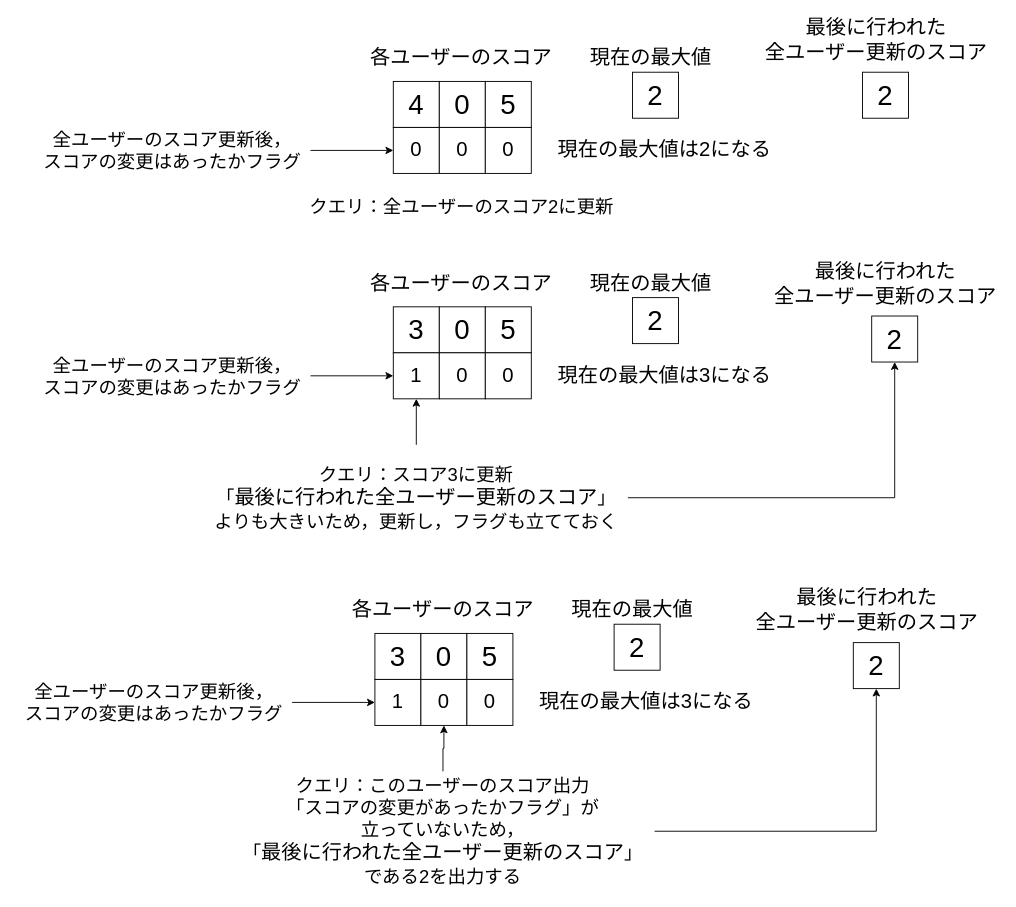
Earlier version of the draw.io diagram docs/post/kyopro/img/JBC001/J2.drawio (Shibaken28/my-blog). Source tidied: cells renumbered, new cells numbered last; positions are measured from the earlier drawing's top-left corner, leaving out a move shared by most shapes. Both pictures are drawn from the tidied source at 92%, with x=0, y=0 at pixel (16, 26).
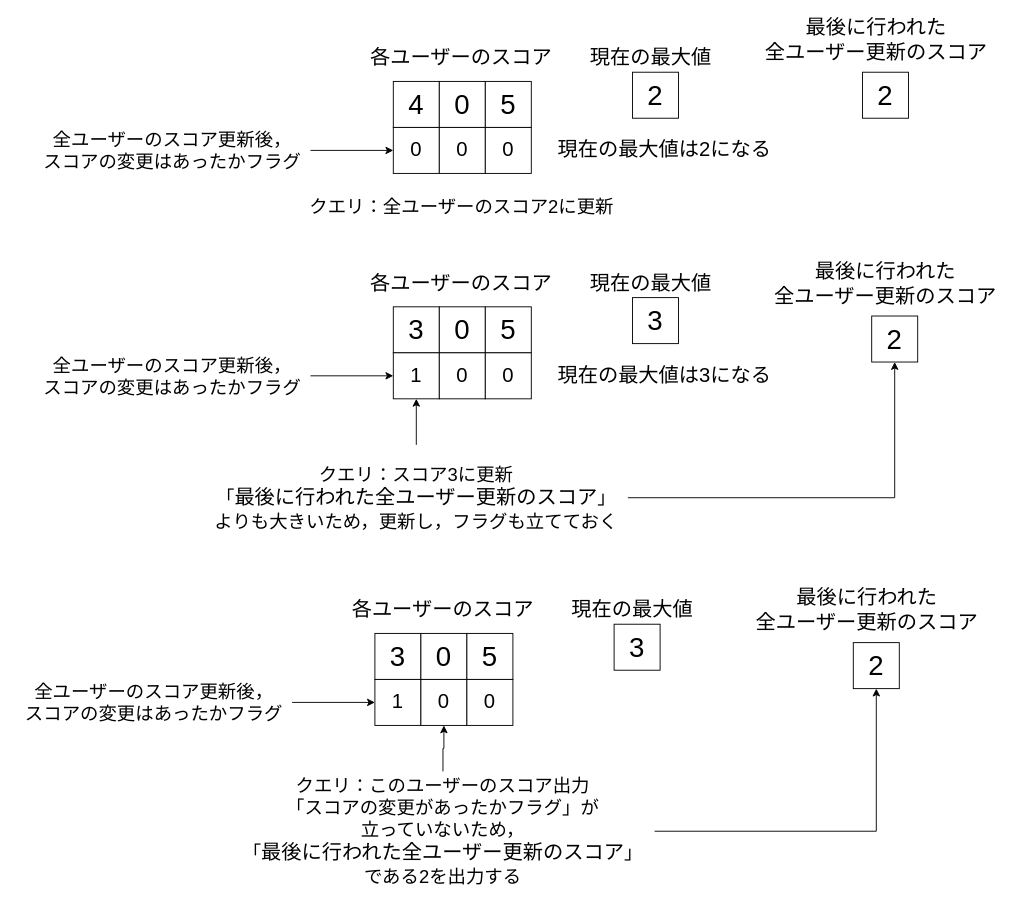
The same diagram, later.

The edit, as a diff of the source:
```diff
@@
-    <mxCell id="18" value="&lt;font style=&quot;font-size: 30px&quot;&gt;2&lt;/font&gt;" style="whiteSpace=wrap;html=1;" parent="1" vertex="1">
+    <mxCell id="18" value="&lt;font style=&quot;font-size: 30px&quot;&gt;3&lt;/font&gt;" style="whiteSpace=wrap;html=1;" parent="1" vertex="1">
       <mxGeometry x="670" y="295" width="50" height="50" as="geometry" />
     </mxCell>
@@
-    <mxCell id="37" value="&lt;font style=&quot;font-size: 30px&quot;&gt;2&lt;/font&gt;" style="whiteSpace=wrap;html=1;" parent="1" vertex="1">
+    <mxCell id="37" value="&lt;font style=&quot;font-size: 30px&quot;&gt;3&lt;/font&gt;" style="whiteSpace=wrap;html=1;" parent="1" vertex="1">
       <mxGeometry x="650" y="650" width="50" height="50" as="geometry" />
     </mxCell>
@@
-    <mxCell id="40" value="&lt;font style=&quot;font-size: 22px&quot;&gt;現在の最大値は3になる&lt;/font&gt;" style="text;html=1;strokeColor=none;fillColor=none;align=center;verticalAlign=middle;whiteSpace=wrap;rounded=0;" parent="1" vertex="1">
-      <mxGeometry x="560" y="720" width="250" height="30" as="geometry" />
-    </mxCell>
```
